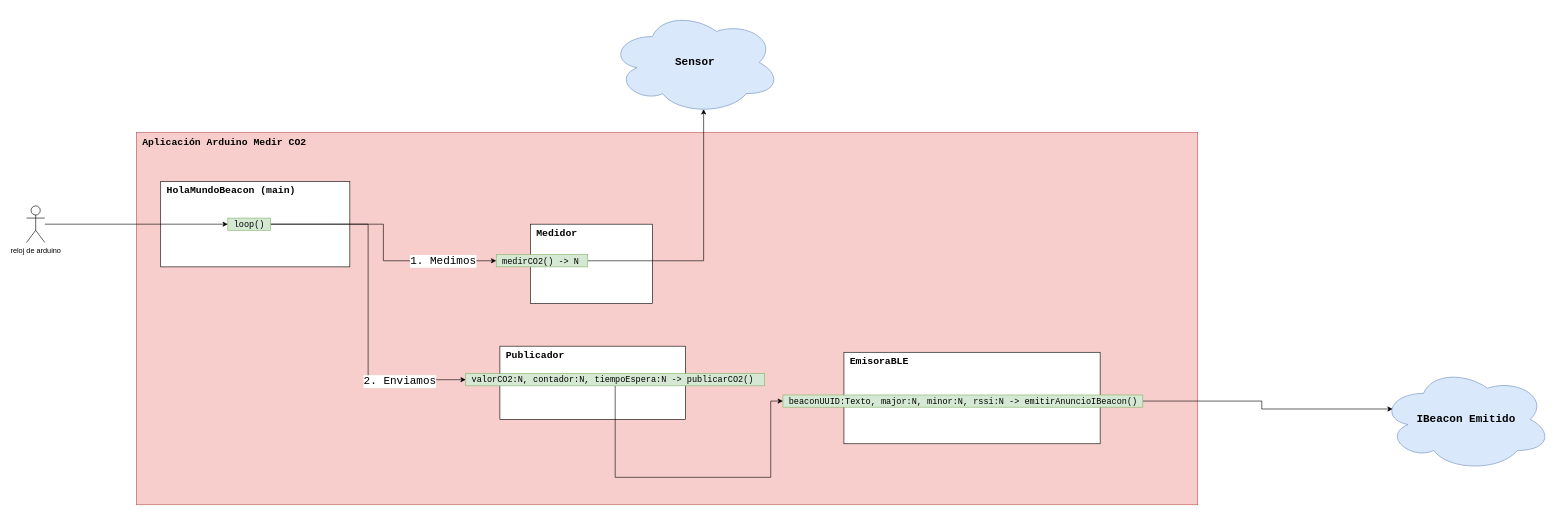
The draw.io diagram doc/DiagramaInteraccionLoopArduino.drawio in GTI-3A-Pure-Life/Pure-Life-Arduino, before the edit. Source tidied: cells renumbered, new cells numbered last; positions are measured from the earlier drawing's top-left corner, leaving out a move shared by most shapes. Both pictures are drawn from the tidied source at 61%, with x=0, y=0 at pixel (26, 10).
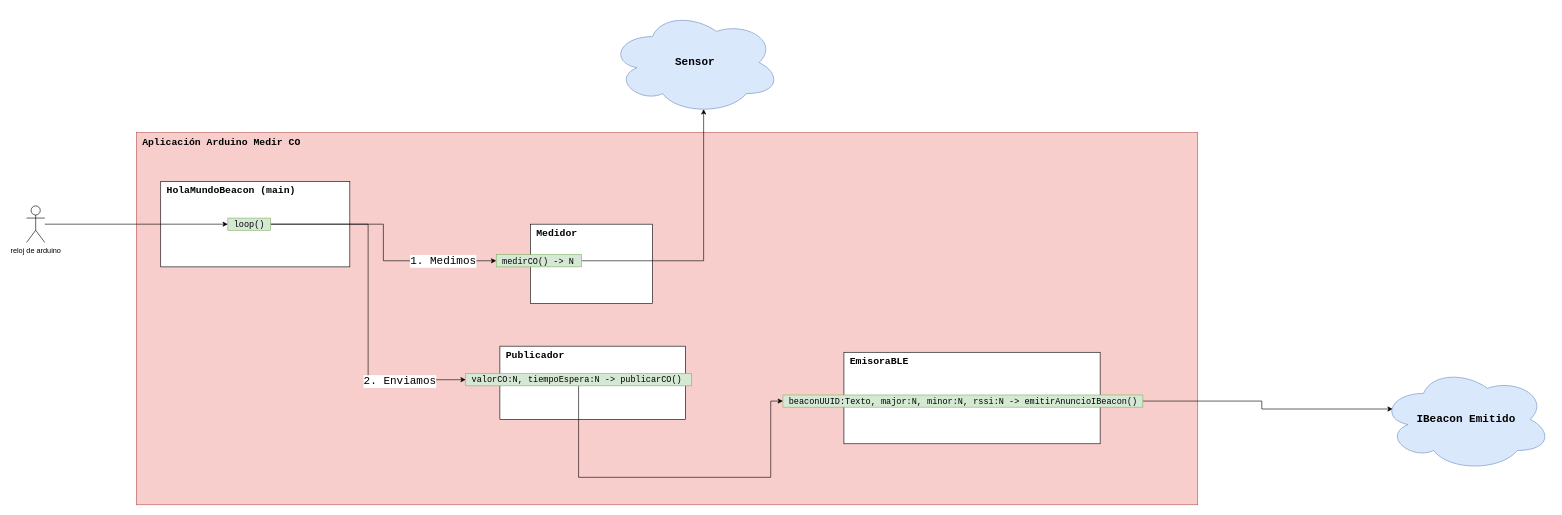
Above is the later version.

Commit message (it also covers changes not shown here):
actualizacion documentos 04/11/2021

actualizacion de los nuevos metodos

Diff of the diagram source:
```diff
@@
-    <mxCell id="2" value="&lt;font style=&quot;font-size: 16px&quot;&gt;&lt;b&gt;Aplicación Arduino Medir CO2&lt;/b&gt;&lt;/font&gt;" style="rounded=0;whiteSpace=wrap;html=1;fontFamily=Courier New;align=left;horizontal=1;verticalAlign=top;spacingLeft=8;fillColor=#f8cecc;strokeColor=#b85450;" parent="1" vertex="1">
+    <mxCell id="2" value="&lt;font style=&quot;font-size: 16px&quot;&gt;&lt;b&gt;Aplicación Arduino Medir CO&lt;/b&gt;&lt;/font&gt;" style="rounded=0;whiteSpace=wrap;html=1;fontFamily=Courier New;align=left;horizontal=1;verticalAlign=top;spacingLeft=8;fillColor=#f8cecc;strokeColor=#b85450;" parent="1" vertex="1">
       <mxGeometry x="180" y="200" width="1740" height="610" as="geometry" />
     </mxCell>
@@
-    <mxCell id="14" value="&lt;font style=&quot;font-size: 14px&quot;&gt;medirCO2() -&amp;gt; N&lt;br&gt;&lt;/font&gt;" style="rounded=0;whiteSpace=wrap;html=1;align=left;fontFamily=Courier New;spacingTop=2;spacingLeft=8;fillColor=#d5e8d4;strokeColor=#82b366;" parent="1" vertex="1">
-      <mxGeometry x="770" y="400" width="150" height="20" as="geometry" />
+    <mxCell id="14" value="&lt;font style=&quot;font-size: 14px&quot;&gt;medirCO() -&amp;gt; N&lt;br&gt;&lt;/font&gt;" style="rounded=0;whiteSpace=wrap;html=1;align=left;fontFamily=Courier New;spacingTop=2;spacingLeft=8;fillColor=#d5e8d4;strokeColor=#82b366;" parent="1" vertex="1">
+      <mxGeometry x="770" y="400" width="140" height="20" as="geometry" />
     </mxCell>
@@
-    <mxCell id="17" value="&lt;font style=&quot;font-size: 14px&quot;&gt;valorCO2:N, contador:N, tiempoEspera:N -&amp;gt; publicarCO2()&lt;br&gt;&lt;/font&gt;" style="rounded=0;whiteSpace=wrap;html=1;align=left;fontFamily=Courier New;spacingTop=2;spacingLeft=8;fillColor=#d5e8d4;strokeColor=#82b366;" parent="1" vertex="1">
-      <mxGeometry x="720" y="595" width="490" height="20" as="geometry" />
+    <mxCell id="17" value="&lt;font style=&quot;font-size: 14px&quot;&gt;valorCO:N, tiempoEspera:N -&amp;gt; publicarCO()&lt;br&gt;&lt;/font&gt;" style="rounded=0;whiteSpace=wrap;html=1;align=left;fontFamily=Courier New;spacingTop=2;spacingLeft=8;fillColor=#d5e8d4;strokeColor=#82b366;" parent="1" vertex="1">
+      <mxGeometry x="720" y="595" width="370" height="20" as="geometry" />
     </mxCell>
```
